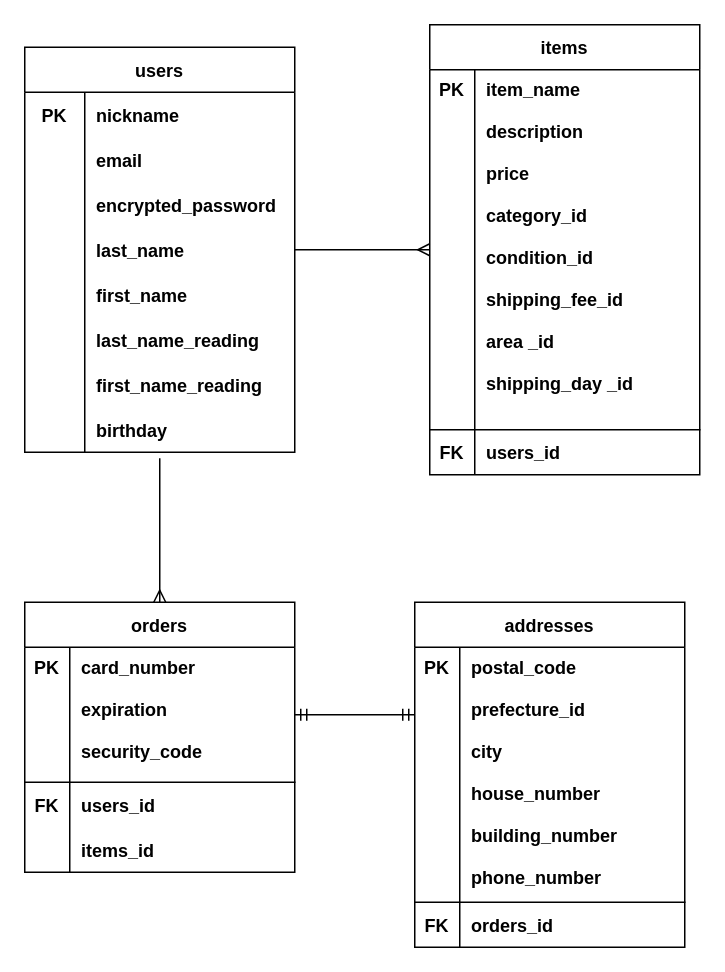
Before: ER.dio in megit44/furima-41028, a draw.io diagram. Source tidied: cells renumbered, new cells numbered last; positions are measured from the earlier drawing's top-left corner, leaving out a move shared by most shapes. Both pictures are drawn from the tidied source at 150%, with x=0, y=0 at pixel (24, 24).
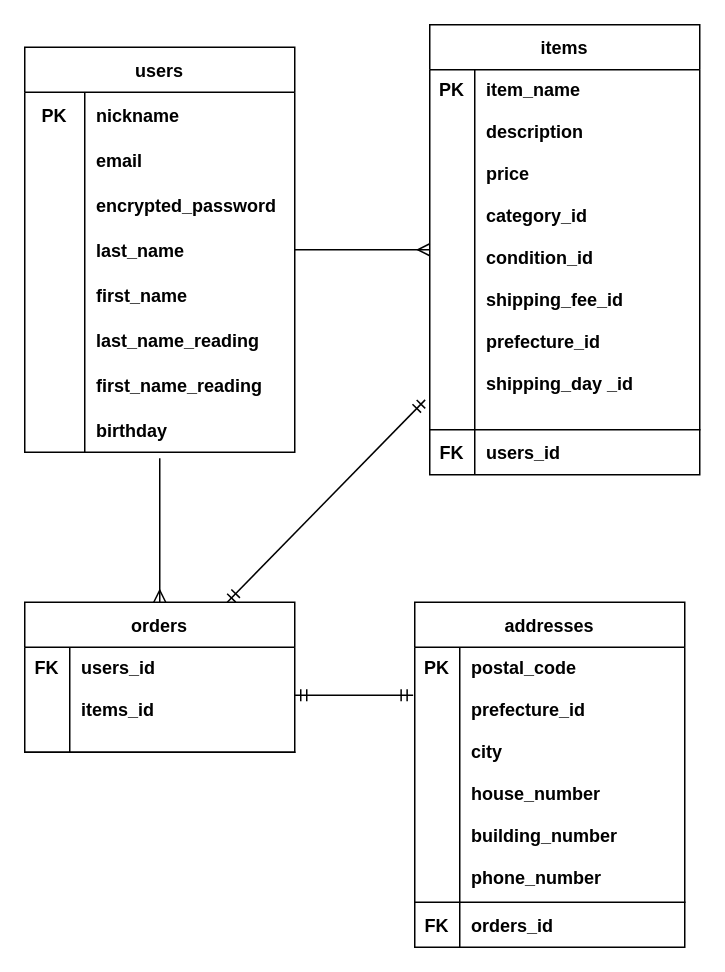
The same page after the edit.

Commit message (it also covers changes not shown here):
データベース設計の修正

The change refers to these unchanged cells:
```xml
<mxCell id="28" style="shape=tableRow;horizontal=0;startSize=0;swimlaneHead=0;swimlaneBody=0;fillColor=none;points=[[0,0.5],[1,0.5]];portConstraint=eastwest;top=0;left=0;right=0;bottom=1;" parent="27" vertex="1">
  <mxGeometry y="30" width="180" height="240" as="geometry" />
</mxCell>
<mxCell id="45" style="shape=tableRow;horizontal=0;startSize=0;swimlaneHead=0;swimlaneBody=0;fillColor=none;points=[[0,0.5],[1,0.5]];portConstraint=eastwest;top=0;left=0;right=0;bottom=1;strokeColor=default;" parent="44" vertex="1">
  <mxGeometry y="30" width="180" height="170" as="geometry" />
</mxCell>
```

What changed in the source:
```diff
@@
-    <mxCell id="30" value="item_name &#10;&#10;description  &#10;&#10;price&#10;&#10;category_id&#10;&#10;condition_id&#10;&#10;shipping_fee_id&#10;&#10;area _id&#10;&#10;shipping_day _id" style="shape=partialRectangle;fillColor=none;top=0;left=0;bottom=0;right=0;align=left;spacingLeft=6;fontStyle=1;overflow=hidden;flipH=1;verticalAlign=top;" parent="28" vertex="1">
+    <mxCell id="30" value="item_name &#10;&#10;description  &#10;&#10;price&#10;&#10;category_id&#10;&#10;condition_id&#10;&#10;shipping_fee_id&#10;&#10;prefecture_id&#10;&#10;shipping_day _id" style="shape=partialRectangle;fillColor=none;top=0;left=0;bottom=0;right=0;align=left;spacingLeft=6;fontStyle=1;overflow=hidden;flipH=1;verticalAlign=top;" parent="28" vertex="1">
       <mxGeometry x="30" width="150" height="240" as="geometry" />
     </mxCell>
@@
     <mxCell id="34" value="orders" style="shape=table;startSize=30;childLayout=tableLayout;rowLines=0;fontStyle=1;align=center;" parent="1" vertex="1">
-      <mxGeometry y="385" width="180" height="180" as="geometry" />
+      <mxGeometry y="385" width="180" height="100" as="geometry" />
     </mxCell>
     <mxCell id="35" style="shape=tableRow;horizontal=0;startSize=0;swimlaneHead=0;swimlaneBody=0;fillColor=none;points=[[0,0.5],[1,0.5]];portConstraint=eastwest;top=0;left=0;right=0;bottom=1;" parent="34" vertex="1">
-      <mxGeometry y="30" width="180" height="90" as="geometry" />
+      <mxGeometry y="30" width="180" height="70" as="geometry" />
     </mxCell>
-    <mxCell id="36" value="PK" style="shape=partialRectangle;fillColor=none;top=0;left=0;bottom=0;right=0;fontStyle=1;overflow=hidden;verticalAlign=top;" parent="35" vertex="1">
-      <mxGeometry width="30" height="90" as="geometry" />
+    <mxCell id="36" value="FK" style="shape=partialRectangle;fillColor=none;top=0;left=0;bottom=0;right=0;fontStyle=1;overflow=hidden;verticalAlign=top;" parent="35" vertex="1">
+      <mxGeometry width="30" height="70" as="geometry" />
     </mxCell>
-    <mxCell id="37" value="card_number &#10;&#10;expiration&#10;&#10;security_code &#10;" style="shape=partialRectangle;fillColor=none;top=0;left=0;bottom=0;right=0;align=left;spacingLeft=6;fontStyle=1;overflow=hidden;verticalAlign=top;" parent="35" vertex="1">
-      <mxGeometry x="30" width="150" height="90" as="geometry" />
+    <mxCell id="37" value="users_id&#10;&#10;items_id&#10;" style="shape=partialRectangle;fillColor=none;top=0;left=0;bottom=0;right=0;align=left;spacingLeft=6;fontStyle=1;overflow=hidden;verticalAlign=top;" parent="35" vertex="1">
+      <mxGeometry x="30" width="150" height="70" as="geometry" />
     </mxCell>
-    <mxCell id="38" style="shape=tableRow;horizontal=0;startSize=0;swimlaneHead=0;swimlaneBody=0;fillColor=none;top=0;left=0;right=0;bottom=0;" parent="34" vertex="1">
-      <mxGeometry y="120" width="180" height="30" as="geometry" />
-    </mxCell>
-    <mxCell id="39" value="FK" style="shape=partialRectangle;fillColor=none;top=0;left=0;bottom=0;right=0;overflow=hidden;fontStyle=1;" parent="38" vertex="1">
-      <mxGeometry width="30" height="30" as="geometry" />
-    </mxCell>
-    <mxCell id="40" value="users_id" style="shape=partialRectangle;fillColor=none;top=0;left=0;bottom=0;right=0;align=left;spacingLeft=6;overflow=hidden;fontStyle=1;" parent="38" vertex="1">
-      <mxGeometry x="30" width="150" height="30" as="geometry" />
-    </mxCell>
-    <mxCell id="41" style="shape=tableRow;horizontal=0;startSize=0;swimlaneHead=0;swimlaneBody=0;fillColor=none;top=0;left=0;right=0;bottom=0;" parent="34" vertex="1">
-      <mxGeometry y="150" width="180" height="30" as="geometry" />
-    </mxCell>
-    <mxCell id="42" style="shape=partialRectangle;fillColor=none;top=0;left=0;bottom=0;right=0;overflow=hidden;" parent="41" vertex="1">
-      <mxGeometry width="30" height="30" as="geometry" />
-    </mxCell>
-    <mxCell id="43" value="items_id" style="shape=partialRectangle;fillColor=none;top=0;left=0;bottom=0;right=0;align=left;spacingLeft=6;overflow=hidden;fontStyle=1;" parent="41" vertex="1">
-      <mxGeometry x="30" width="150" height="30" as="geometry" />
-    </mxCell>
@@
-    <mxCell id="52" style="fontSize=12;html=1;endArrow=ERmandOne;startArrow=ERmandOne;exitX=1;exitY=0.5;exitDx=0;exitDy=0;" parent="1" edge="1" source="35">
+    <mxCell id="52" style="fontSize=12;html=1;endArrow=ERmandOne;startArrow=ERmandOne;entryX=-0.006;entryY=0.188;entryDx=0;entryDy=0;entryPerimeter=0;" parent="1" edge="1" target="45">
       <mxGeometry relative="1" as="geometry">
-        <mxPoint x="260" y="460" as="targetPoint" />
+        <mxPoint x="180" y="447" as="sourcePoint" />
       </mxGeometry>
     </mxCell>
@@
+    <mxCell id="54" style="fontSize=12;html=1;endArrow=ERmandOne;startArrow=ERmandOne;entryX=-0.017;entryY=0.917;entryDx=0;entryDy=0;entryPerimeter=0;exitX=0.75;exitY=0;exitDx=0;exitDy=0;" parent="1" edge="1" source="34" target="28">
+      <mxGeometry relative="1" as="geometry" />
+    </mxCell>
```
